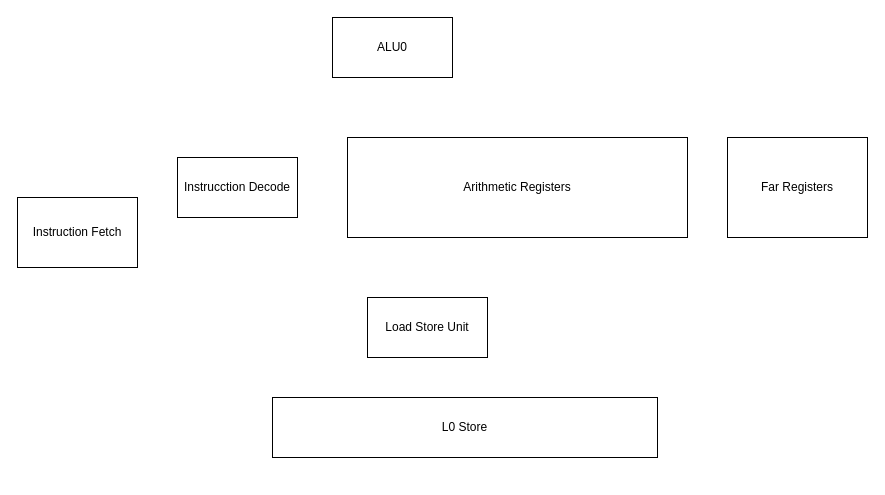
Earlier version of the draw.io diagram doc/structure.drawio (londey/flow-32). Source tidied: cells renumbered, new cells numbered last; positions are measured from the earlier drawing's top-left corner, leaving out a move shared by most shapes. Both pictures are drawn from the tidied source at 100%, with x=0, y=0 at pixel (17, 17).
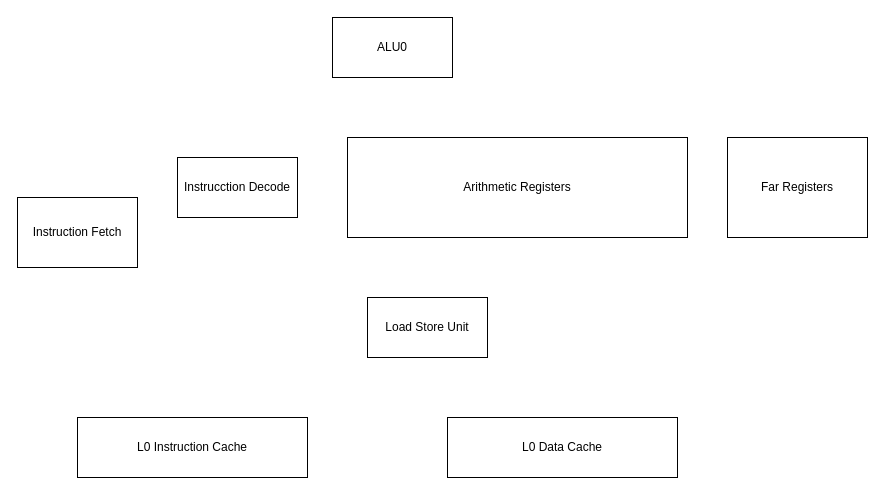
The same page after the edit.

The edit, as a diff of the source:
```diff
@@
 <mxGraphModel>
   <root>
     <mxCell id="0" />
     <mxCell id="1" parent="0" />
     <mxCell id="2" value="Instruction Fetch" style="rounded=0;whiteSpace=wrap;html=1;" parent="1" vertex="1">
       <mxGeometry y="180" width="120" height="70" as="geometry" />
     </mxCell>
     <mxCell id="3" value="Instrucction Decode" style="rounded=0;whiteSpace=wrap;html=1;" parent="1" vertex="1">
       <mxGeometry x="160" y="140" width="120" height="60" as="geometry" />
     </mxCell>
     <mxCell id="4" value="ALU0" style="rounded=0;whiteSpace=wrap;html=1;" parent="1" vertex="1">
       <mxGeometry x="315" width="120" height="60" as="geometry" />
     </mxCell>
     <mxCell id="5" value="Arithmetic Registers" style="rounded=0;whiteSpace=wrap;html=1;" parent="1" vertex="1">
       <mxGeometry x="330" y="120" width="340" height="100" as="geometry" />
     </mxCell>
     <mxCell id="6" value="Far Registers" style="rounded=0;whiteSpace=wrap;html=1;" parent="1" vertex="1">
       <mxGeometry x="710" y="120" width="140" height="100" as="geometry" />
     </mxCell>
     <mxCell id="7" value="Load Store Unit" style="rounded=0;whiteSpace=wrap;html=1;" parent="1" vertex="1">
       <mxGeometry x="350" y="280" width="120" height="60" as="geometry" />
     </mxCell>
-    <mxCell id="8" value="L0 Store" style="rounded=0;whiteSpace=wrap;html=1;" parent="1" vertex="1">
-      <mxGeometry x="255" y="380" width="385" height="60" as="geometry" />
+    <mxCell id="8" value="L0 Data Cache" style="rounded=0;whiteSpace=wrap;html=1;" parent="1" vertex="1">
+      <mxGeometry x="430" y="400" width="230" height="60" as="geometry" />
     </mxCell>
+    <mxCell id="9" value="L0 Instruction Cache" style="rounded=0;whiteSpace=wrap;html=1;" parent="1" vertex="1">
+      <mxGeometry x="60" y="400" width="230" height="60" as="geometry" />
+    </mxCell>
   </root>
 </mxGraphModel>
```
